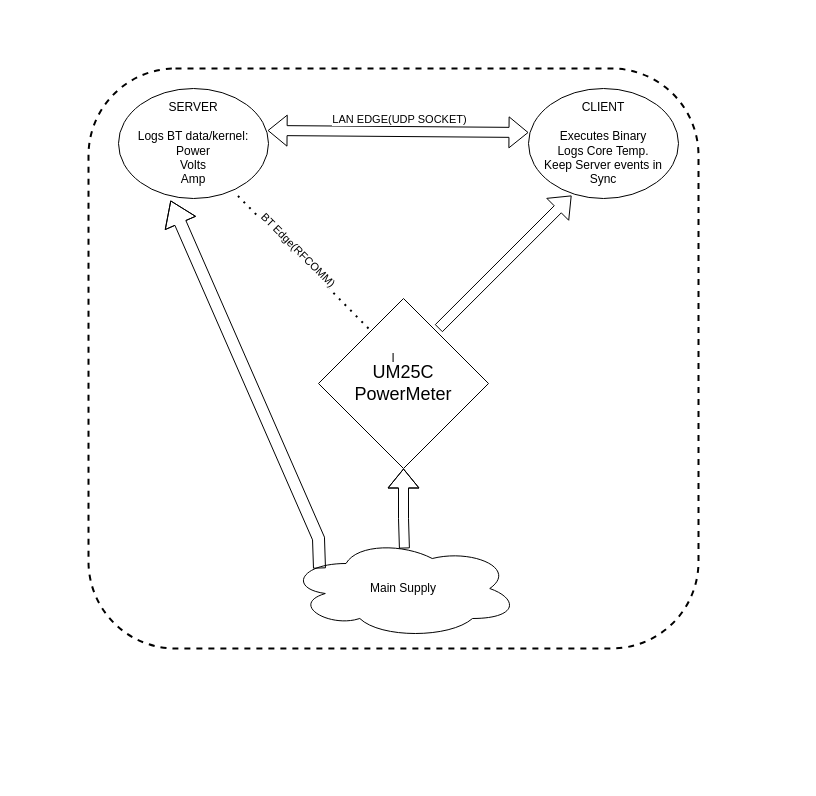
This is MTP_1/server&client_comm.drawio from ShikharJain97/MTP, a draw.io file, before an edit. Source tidied: cells renumbered, new cells numbered last; positions are measured from the earlier drawing's top-left corner, leaving out a move shared by most shapes. Both pictures are drawn from the tidied source at 100%, with x=0, y=0 at pixel (88, 68).
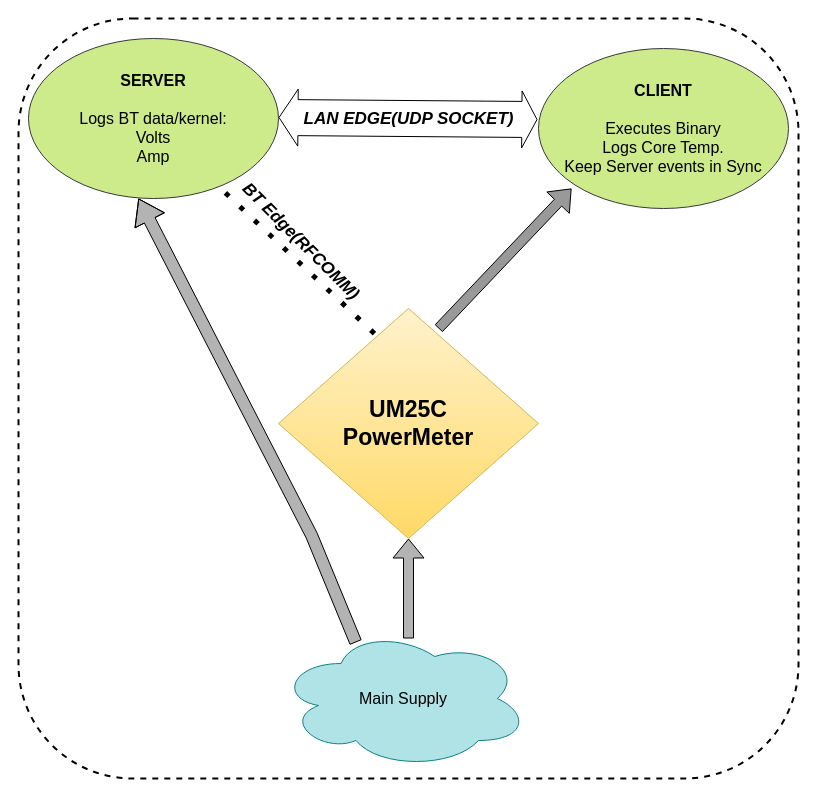
The same diagram, later.

The edit, as a diff of the source:
```diff
@@
-    <mxCell id="2" value="SERVER&lt;br&gt;&lt;br&gt;Logs BT data/kernel:&lt;br&gt;Power&lt;br&gt;Volts&lt;br&gt;Amp" style="ellipse;whiteSpace=wrap;html=1;" parent="1" vertex="1">
-      <mxGeometry x="30" y="20" width="150" height="110" as="geometry" />
+    <mxCell id="2" value="&lt;font style=&quot;font-size: 16px;&quot;&gt;&lt;b&gt;SERVER&lt;/b&gt;&lt;br&gt;&lt;br&gt;Logs BT data/kernel:&lt;br&gt;Volts&lt;br&gt;Amp&lt;/font&gt;" style="ellipse;whiteSpace=wrap;html=1;fillColor=#cdeb8b;strokeColor=#36393d;" parent="1" vertex="1">
+      <mxGeometry x="-60" y="-30" width="250" height="160" as="geometry" />
     </mxCell>
-    <mxCell id="3" value="CLIENT&lt;br&gt;&lt;br&gt;&lt;div style=&quot;&quot;&gt;&lt;span style=&quot;background-color: initial;&quot;&gt;Executes Binary&lt;/span&gt;&lt;/div&gt;&lt;div style=&quot;&quot;&gt;&lt;span style=&quot;background-color: initial;&quot;&gt;Logs Core Temp.&lt;/span&gt;&lt;/div&gt;&lt;div style=&quot;&quot;&gt;&lt;span style=&quot;background-color: initial;&quot;&gt;Keep Server events in Sync&lt;/span&gt;&lt;/div&gt;" style="ellipse;whiteSpace=wrap;html=1;" parent="1" vertex="1">
-      <mxGeometry x="440" y="20" width="150" height="110" as="geometry" />
-    </mxCell>
-    <mxCell id="4" value="&lt;font style=&quot;font-size: 18px;&quot;&gt;UM25C&lt;br&gt;PowerMeter&lt;/font&gt;" style="rhombus;whiteSpace=wrap;html=1;" parent="1" vertex="1">
-      <mxGeometry x="230" y="230" width="170" height="170" as="geometry" />
+    <mxCell id="4" value="&lt;font style=&quot;font-size: 23px;&quot;&gt;&lt;b&gt;UM25C&lt;br&gt;PowerMeter&lt;/b&gt;&lt;/font&gt;" style="rhombus;whiteSpace=wrap;html=1;fillColor=#fff2cc;strokeColor=#d6b656;gradientColor=#ffd966;" parent="1" vertex="1">
+      <mxGeometry x="190" y="240" width="260" height="230" as="geometry" />
     </mxCell>
-    <mxCell id="5" style="shape=flexArrow;endArrow=classic;html=1;rounded=0;entryX=0.287;entryY=0.973;entryDx=0;entryDy=0;entryPerimeter=0;" parent="1" edge="1" target="3">
+    <mxCell id="5" style="shape=flexArrow;endArrow=classic;html=1;rounded=0;entryX=0.287;entryY=0.973;entryDx=0;entryDy=0;entryPerimeter=0;fillColor=#999999;" parent="1" edge="1">
       <mxGeometry relative="1" as="geometry">
         <mxPoint x="350" y="260" as="sourcePoint" />
+        <mxPoint x="483" y="120" as="targetPoint" />
       </mxGeometry>
     </mxCell>
-    <mxCell id="6" value="Main Supply" style="ellipse;shape=cloud;whiteSpace=wrap;html=1;" parent="1" vertex="1">
-      <mxGeometry x="200" y="470" width="230" height="100" as="geometry" />
+    <mxCell id="6" value="&lt;font style=&quot;font-size: 16px;&quot;&gt;Main Supply&lt;/font&gt;" style="ellipse;shape=cloud;whiteSpace=wrap;html=1;fillColor=#b0e3e6;strokeColor=#0e8088;" parent="1" vertex="1">
+      <mxGeometry x="190" y="560" width="250" height="140" as="geometry" />
     </mxCell>
-    <mxCell id="7" style="shape=flexArrow;endArrow=classic;html=1;rounded=0;exitX=0.504;exitY=0.1;exitDx=0;exitDy=0;exitPerimeter=0;" parent="1" edge="1" source="6" target="4">
-      <mxGeometry relative="1" as="geometry">
-        <Array as="points">
-          <mxPoint x="315" y="450" />
-        </Array>
-      </mxGeometry>
-    </mxCell>
-    <mxCell id="8" style="shape=flexArrow;endArrow=classic;html=1;rounded=0;exitX=0.504;exitY=0.1;exitDx=0;exitDy=0;exitPerimeter=0;width=12;endSize=7.67;entryX=0.347;entryY=1.018;entryDx=0;entryDy=0;entryPerimeter=0;" parent="1" edge="1" target="2">
+    <mxCell id="8" style="shape=flexArrow;endArrow=classic;html=1;rounded=0;exitX=0.309;exitY=0.1;exitDx=0;exitDy=0;exitPerimeter=0;width=12;endSize=7.67;entryX=0.44;entryY=1;entryDx=0;entryDy=0;entryPerimeter=0;fillColor=#B3B3B3;" parent="1" edge="1" source="6" target="2">
       <mxGeometry relative="1" as="geometry">
-        <mxPoint x="231" y="500" as="sourcePoint" />
         <Array as="points">
-          <mxPoint x="230" y="470" />
+          <mxPoint x="223.2" y="467.1" />
         </Array>
       </mxGeometry>
     </mxCell>
-    <mxCell id="9" style="endArrow=none;dashed=1;html=1;dashPattern=1 3;strokeWidth=2;rounded=0;entryX=0.787;entryY=0.964;entryDx=0;entryDy=0;entryPerimeter=0;" parent="1" edge="1" target="2">
-      <mxGeometry relative="1" as="geometry">
-        <mxPoint x="280" y="260" as="sourcePoint" />
-      </mxGeometry>
+    <mxCell id="9" style="endArrow=none;dashed=1;html=1;dashPattern=1 3;strokeWidth=5;rounded=0;entryX=0.787;entryY=0.964;entryDx=0;entryDy=0;entryPerimeter=0;exitX=0.369;exitY=0.109;exitDx=0;exitDy=0;exitPerimeter=0;" parent="1" edge="1" source="4" target="2">
+      <mxGeometry relative="1" as="geometry" />
     </mxCell>
-    <mxCell id="10" value="BT Edge(RFCOMM)" style="edgeLabel;html=1;align=center;verticalAlign=middle;rotation=45;" parent="9" vertex="1">
-      <mxGeometry x="0.22" y="4" relative="1" as="geometry">
-        <mxPoint x="14" as="offset" />
+    <mxCell id="10" value="BT Edge(RFCOMM)" style="edgeLabel;html=1;align=center;verticalAlign=middle;rotation=45;fontSize=17;fontStyle=3;" parent="9" vertex="1">
+      <mxGeometry x="0.22" y="6" relative="1" as="geometry">
+        <mxPoint x="21" y="-11" as="offset" />
       </mxGeometry>
     </mxCell>
-    <mxCell id="11" style="shape=flexArrow;endArrow=classic;startArrow=classic;html=1;rounded=0;entryX=0.02;entryY=0.4;entryDx=0;entryDy=0;entryPerimeter=0;exitX=0.987;exitY=0.382;exitDx=0;exitDy=0;exitPerimeter=0;" parent="1" edge="1">
+    <mxCell id="11" style="shape=flexArrow;endArrow=classic;startArrow=classic;html=1;rounded=0;entryX=-0.004;entryY=0.444;entryDx=0;entryDy=0;entryPerimeter=0;exitX=0.987;exitY=0.382;exitDx=0;exitDy=0;exitPerimeter=0;width=36;endSize=4.71;" parent="1" edge="1" target="3">
       <mxGeometry relative="1" as="geometry">
-        <mxPoint x="179.1" y="62" as="sourcePoint" />
-        <mxPoint x="440" y="64" as="targetPoint" />
+        <mxPoint x="190" y="49" as="sourcePoint" />
       </mxGeometry>
     </mxCell>
-    <mxCell id="12" value="LAN EDGE(UDP SOCKET)" style="edgeLabel;html=1;align=center;verticalAlign=middle;" parent="11" vertex="1">
+    <mxCell id="12" value="LAN EDGE(UDP SOCKET)" style="edgeLabel;html=1;align=center;verticalAlign=middle;fontSize=17;fontStyle=3;" parent="11" vertex="1">
       <mxGeometry x="-0.58" y="-2" relative="1" as="geometry">
-        <mxPoint x="76" y="-14" as="offset" />
+        <mxPoint x="76" y="-1" as="offset" />
       </mxGeometry>
     </mxCell>
-    <mxCell id="13" value="l" style="rounded=1;whiteSpace=wrap;html=1;fillColor=none;dashed=1;strokeWidth=2;" parent="1" vertex="1">
-      <mxGeometry width="610" height="580" as="geometry" />
+    <mxCell id="13" style="rounded=1;whiteSpace=wrap;html=1;fillColor=none;dashed=1;strokeWidth=2;" parent="1" vertex="1">
+      <mxGeometry x="-70" y="-50" width="780" height="760" as="geometry" />
     </mxCell>
+    <mxCell id="3" value="&lt;font style=&quot;font-size: 16px;&quot;&gt;&lt;b&gt;CLIENT&lt;/b&gt;&lt;br style=&quot;border-color: var(--border-color);&quot;&gt;&lt;br style=&quot;border-color: var(--border-color);&quot;&gt;&lt;/font&gt;&lt;div style=&quot;border-color: var(--border-color); font-size: 16px;&quot;&gt;&lt;font style=&quot;font-size: 16px;&quot;&gt;Executes Binary&lt;/font&gt;&lt;/div&gt;&lt;div style=&quot;border-color: var(--border-color); font-size: 16px;&quot;&gt;&lt;span style=&quot;border-color: var(--border-color); background-color: initial;&quot;&gt;&lt;font style=&quot;font-size: 16px;&quot;&gt;Logs Core Temp.&lt;/font&gt;&lt;/span&gt;&lt;/div&gt;&lt;div style=&quot;border-color: var(--border-color); font-size: 16px;&quot;&gt;&lt;span style=&quot;border-color: var(--border-color); background-color: initial;&quot;&gt;&lt;font style=&quot;font-size: 16px;&quot;&gt;Keep Server events in Sync&lt;/font&gt;&lt;/span&gt;&lt;/div&gt;" style="ellipse;whiteSpace=wrap;html=1;fillColor=#cdeb8b;strokeColor=#36393d;" parent="1" vertex="1">
+      <mxGeometry x="450" y="-20" width="250" height="160" as="geometry" />
+    </mxCell>
+    <mxCell id="14" style="shape=flexArrow;endArrow=classic;html=1;rounded=0;entryX=0.5;entryY=1;entryDx=0;entryDy=0;fillColor=#B3B3B3;" parent="1" edge="1" target="4">
+      <mxGeometry relative="1" as="geometry">
+        <mxPoint x="320" y="570" as="sourcePoint" />
+      </mxGeometry>
+    </mxCell>
```
